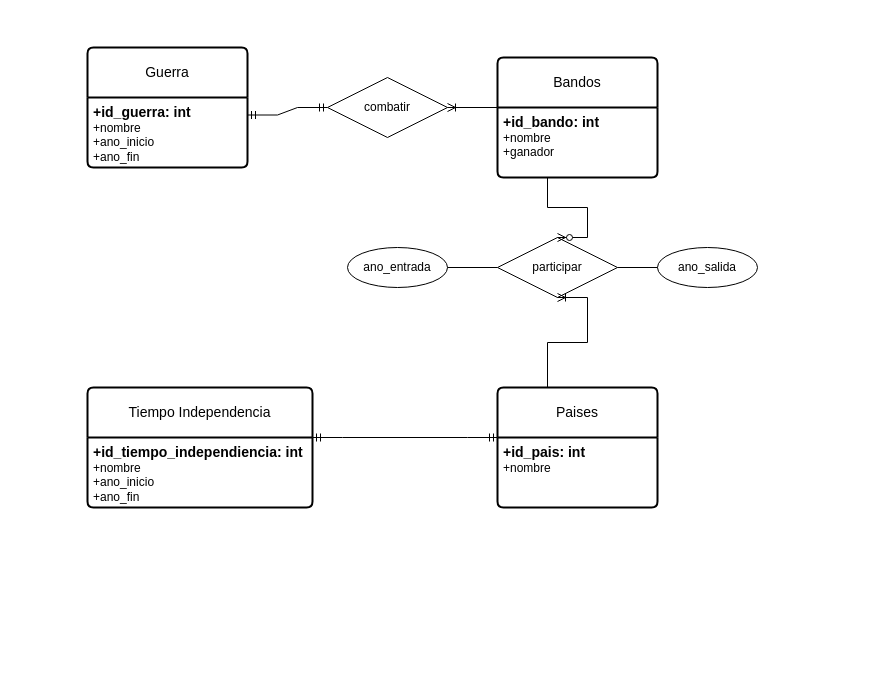
The draw.io diagram ejercicio4.drawio in AsierGArranz/aga-sru-sa-t-UD12DiagramaER-11102023, before the edit. Source tidied: cells renumbered, new cells numbered last; positions are measured from the earlier drawing's top-left corner, leaving out a move shared by most shapes. Both pictures are drawn from the tidied source at 100%, with x=0, y=0 at pixel (87, 47).
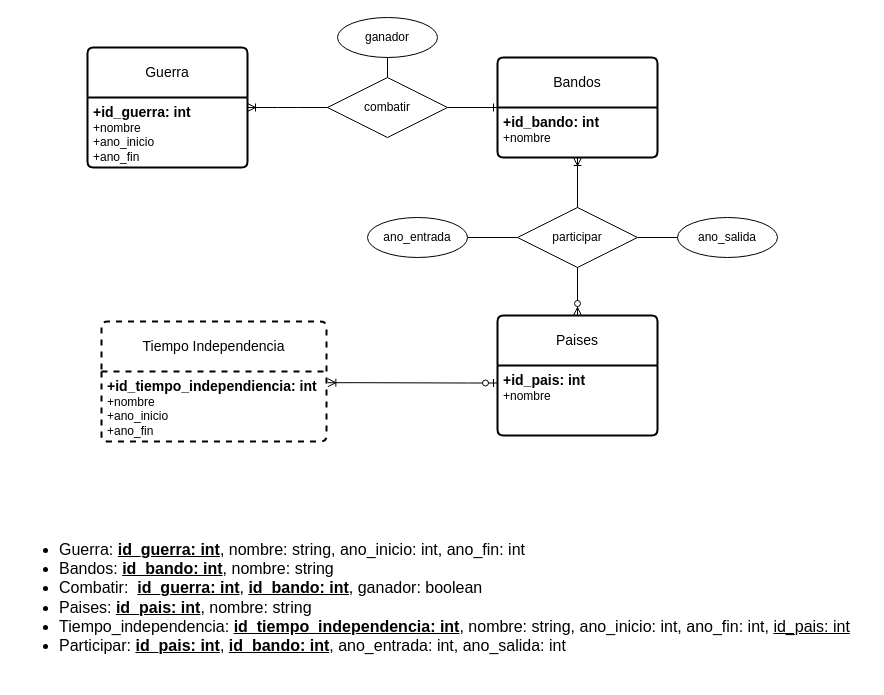
Above is the later version.

The change refers to these unchanged cells:
```xml
<mxCell id="3" value="&lt;font style=&quot;font-size: 14px;&quot;&gt;&lt;b&gt;+id_guerra: int&lt;/b&gt;&lt;/font&gt;&lt;br&gt;+nombre&lt;br&gt;+ano_inicio&lt;br&gt;+ano_fin" style="align=left;strokeColor=none;fillColor=none;spacingLeft=4;fontSize=12;verticalAlign=top;html=1;" parent="2" vertex="1">
  <mxGeometry y="50" width="160" height="70" as="geometry" />
</mxCell>
<mxCell id="7" value="&lt;font style=&quot;font-size: 14px;&quot;&gt;&lt;b&gt;+id_pais: int&lt;/b&gt;&lt;/font&gt;&lt;br&gt;+nombre" style="align=left;strokeColor=none;fillColor=none;spacingLeft=4;fontSize=12;verticalAlign=top;html=1;" parent="6" vertex="1">
  <mxGeometry y="50" width="160" height="70" as="geometry" />
</mxCell>
<mxCell id="9" value="&lt;font style=&quot;font-size: 14px;&quot;&gt;&lt;b&gt;+id_tiempo_independiencia: int&lt;/b&gt;&lt;/font&gt;&lt;br&gt;+nombre&lt;br&gt;+ano_inicio&lt;br&gt;+ano_fin" style="align=left;strokeColor=none;fillColor=none;spacingLeft=4;fontSize=12;verticalAlign=top;html=1;" parent="8" vertex="1">
  <mxGeometry y="50" width="225" height="70" as="geometry" />
</mxCell>
<mxCell id="11" value="combatir" style="shape=rhombus;perimeter=rhombusPerimeter;whiteSpace=wrap;html=1;align=center;direction=west;" parent="1" vertex="1">
  <mxGeometry x="240" y="30" width="120" height="60" as="geometry" />
</mxCell>
```

The edit, as a diff of the source:
```diff
@@
     <mxCell id="4" value="Bandos" style="swimlane;horizontal=1;startSize=50;rounded=1;fontSize=14;fontStyle=0;strokeWidth=2;shadow=0;dashed=0;align=center;arcSize=4;whiteSpace=wrap;html=1;" parent="1" vertex="1">
-      <mxGeometry x="410" y="10" width="160" height="120" as="geometry" />
+      <mxGeometry x="410" y="10" width="160" height="100" as="geometry" />
     </mxCell>
-    <mxCell id="5" value="&lt;font style=&quot;font-size: 14px;&quot;&gt;&lt;b&gt;+id_bando: int&lt;br&gt;&lt;/b&gt;&lt;/font&gt;+nombre&lt;br&gt;+ganador" style="align=left;strokeColor=none;fillColor=none;spacingLeft=4;fontSize=12;verticalAlign=top;html=1;" parent="4" vertex="1">
-      <mxGeometry y="50" width="160" height="70" as="geometry" />
+    <mxCell id="5" value="&lt;font style=&quot;font-size: 14px;&quot;&gt;&lt;b&gt;+id_bando: int&lt;br&gt;&lt;/b&gt;&lt;/font&gt;+nombre" style="align=left;strokeColor=none;fillColor=none;spacingLeft=4;fontSize=12;verticalAlign=top;html=1;" parent="4" vertex="1">
+      <mxGeometry y="50" width="160" height="50" as="geometry" />
     </mxCell>
     <mxCell id="6" value="Paises" style="swimlane;horizontal=1;startSize=50;rounded=1;fontSize=14;fontStyle=0;strokeWidth=2;shadow=0;dashed=0;align=center;arcSize=4;whiteSpace=wrap;html=1;" parent="1" vertex="1">
-      <mxGeometry x="410" y="340" width="160" height="120" as="geometry" />
+      <mxGeometry x="410" y="268" width="160" height="120" as="geometry" />
     </mxCell>
@@
-    <mxCell id="8" value="Tiempo Independencia" style="swimlane;horizontal=1;startSize=50;rounded=1;fontSize=14;fontStyle=0;strokeWidth=2;shadow=0;dashed=0;align=center;arcSize=4;whiteSpace=wrap;html=1;" parent="1" vertex="1">
-      <mxGeometry y="340" width="225" height="120" as="geometry" />
+    <mxCell id="8" value="Tiempo Independencia" style="swimlane;horizontal=1;startSize=50;rounded=1;fontSize=14;fontStyle=0;strokeWidth=2;shadow=0;dashed=1;align=center;arcSize=4;whiteSpace=wrap;html=1;" parent="1" vertex="1">
+      <mxGeometry x="14" y="274" width="225" height="120" as="geometry" />
     </mxCell>
@@
     <mxCell id="10" value="participar" style="shape=rhombus;perimeter=rhombusPerimeter;whiteSpace=wrap;html=1;align=center;" parent="1" vertex="1">
-      <mxGeometry x="410" y="190" width="120" height="60" as="geometry" />
+      <mxGeometry x="430" y="160" width="120" height="60" as="geometry" />
     </mxCell>
@@
-    <mxCell id="12" style="edgeStyle=entityRelationEdgeStyle;fontSize=12;html=1;endArrow=ERmandOne;startArrow=ERmandOne;rounded=0;entryX=1;entryY=0;entryDx=0;entryDy=0;exitX=0;exitY=0;exitDx=0;exitDy=0;" parent="1" edge="1" source="7" target="9">
-      <mxGeometry relative="1" as="geometry" />
-    </mxCell>
-    <mxCell id="13" style="edgeStyle=entityRelationEdgeStyle;fontSize=12;html=1;endArrow=ERoneToMany;rounded=0;exitX=0.5;exitY=0;exitDx=0;exitDy=0;entryX=0.5;entryY=1;entryDx=0;entryDy=0;" parent="1" edge="1" source="6" target="10">
+    <mxCell id="13" style="fontSize=12;html=1;endArrow=ERoneToMany;rounded=0;exitX=0.5;exitY=0;exitDx=0;exitDy=0;entryX=0.5;entryY=1;entryDx=0;entryDy=0;" parent="1" edge="1" source="10" target="5">
       <mxGeometry relative="1" as="geometry" />
     </mxCell>
-    <mxCell id="14" style="edgeStyle=entityRelationEdgeStyle;fontSize=12;html=1;endArrow=ERzeroToMany;endFill=1;rounded=0;exitX=0.5;exitY=1;exitDx=0;exitDy=0;entryX=0.5;entryY=0;entryDx=0;entryDy=0;" parent="1" edge="1" source="5" target="10">
+    <mxCell id="14" style="fontSize=12;html=1;endArrow=ERzeroToMany;endFill=1;rounded=0;exitX=0.5;exitY=1;exitDx=0;exitDy=0;entryX=0.5;entryY=0;entryDx=0;entryDy=0;" parent="1" edge="1" source="10" target="6">
       <mxGeometry relative="1" as="geometry" />
     </mxCell>
-    <mxCell id="15" style="edgeStyle=entityRelationEdgeStyle;fontSize=12;html=1;endArrow=ERoneToMany;rounded=0;exitX=0;exitY=0;exitDx=0;exitDy=0;entryX=0;entryY=0.5;entryDx=0;entryDy=0;" parent="1" edge="1" source="5" target="11">
+    <mxCell id="15" style="edgeStyle=entityRelationEdgeStyle;fontSize=12;html=1;endArrow=ERoneToMany;rounded=0;entryX=1;entryY=0.143;entryDx=0;entryDy=0;entryPerimeter=0;exitX=1;exitY=0.5;exitDx=0;exitDy=0;" parent="1" edge="1" source="11" target="3">
       <mxGeometry relative="1" as="geometry" />
     </mxCell>
-    <mxCell id="16" style="edgeStyle=entityRelationEdgeStyle;fontSize=12;html=1;endArrow=ERmandOne;startArrow=ERmandOne;rounded=0;entryX=1;entryY=0.25;entryDx=0;entryDy=0;exitX=1;exitY=0.5;exitDx=0;exitDy=0;" parent="1" edge="1" source="11" target="3">
-      <mxGeometry relative="1" as="geometry" />
-    </mxCell>
     <mxCell id="17" value="ano_entrada" style="ellipse;whiteSpace=wrap;html=1;align=center;" parent="1" vertex="1">
-      <mxGeometry x="260" y="200" width="100" height="40" as="geometry" />
+      <mxGeometry x="280" y="170" width="100" height="40" as="geometry" />
     </mxCell>
     <mxCell id="18" value="ano_salida" style="ellipse;whiteSpace=wrap;html=1;align=center;" parent="1" vertex="1">
-      <mxGeometry x="570" y="200" width="100" height="40" as="geometry" />
+      <mxGeometry x="590" y="170" width="100" height="40" as="geometry" />
     </mxCell>
@@
+    <mxCell id="21" style="edgeStyle=entityRelationEdgeStyle;fontSize=12;html=1;endArrow=ERone;endFill=1;rounded=0;entryX=0;entryY=0;entryDx=0;entryDy=0;exitX=0;exitY=0.5;exitDx=0;exitDy=0;" parent="1" edge="1" source="11" target="5">
+      <mxGeometry relative="1" as="geometry" />
+    </mxCell>
+    <mxCell id="12" style="edgeStyle=entityRelationEdgeStyle;fontSize=12;html=1;endArrow=ERoneToMany;startArrow=ERzeroToOne;rounded=0;entryX=1.006;entryY=0.16;entryDx=0;entryDy=0;entryPerimeter=0;exitX=0;exitY=0.25;exitDx=0;exitDy=0;" parent="1" edge="1" source="7" target="9">
+      <mxGeometry relative="1" as="geometry" />
+    </mxCell>
+    <mxCell id="22" value="&lt;ul style=&quot;font-size: 16px;&quot;&gt;&lt;li&gt;Guerra: &lt;u style=&quot;font-weight: bold;&quot;&gt;id_guerra: int&lt;/u&gt;, nombre: string, ano_inicio: int, ano_fin: int&lt;/li&gt;&lt;li&gt;Bandos: &lt;u style=&quot;font-weight: bold;&quot;&gt;id_bando: int&lt;/u&gt;, nombre: string&lt;/li&gt;&lt;li&gt;Combatir:&amp;nbsp;&amp;nbsp;&lt;u style=&quot;border-color: var(--border-color); font-weight: bold;&quot;&gt;id_guerra: int&lt;/u&gt;&lt;span style=&quot;border-color: var(--border-color);&quot;&gt;, &lt;/span&gt;&lt;u style=&quot;border-color: var(--border-color); font-weight: bold;&quot;&gt;id_bando: int&lt;/u&gt;&lt;span style=&quot;border-color: var(--border-color);&quot;&gt;,&lt;/span&gt;&lt;span style=&quot;border-color: var(--border-color);&quot;&gt; ganador: boolean&lt;/span&gt;&lt;/li&gt;&lt;li&gt;Paises:&amp;nbsp;&lt;u style=&quot;border-color: var(--border-color); font-weight: bold;&quot;&gt;id_pais: int&lt;/u&gt;, nombre: string&lt;/li&gt;&lt;li style=&quot;border-color: var(--border-color);&quot;&gt;Tiempo_independencia:&amp;nbsp;&lt;u style=&quot;border-color: var(--border-color); font-weight: bold;&quot;&gt;id_tiempo_independencia: int&lt;/u&gt;, nombre: string, ano_inicio: int, ano_fin: int,&amp;nbsp;&lt;span style=&quot;border-color: var(--border-color);&quot;&gt;&lt;u style=&quot;&quot;&gt;id_pais: int&lt;/u&gt;&lt;/span&gt;&lt;/li&gt;&lt;li&gt;Participar:&amp;nbsp;&lt;u style=&quot;border-color: var(--border-color); font-weight: bold;&quot;&gt;id_pais: int&lt;/u&gt;,&amp;nbsp;&lt;u style=&quot;border-color: var(--border-color); font-weight: bold;&quot;&gt;id_bando: int&lt;/u&gt;, ano_entrada: int, ano_salida: int&amp;nbsp;&lt;/li&gt;&lt;/ul&gt;" style="text;strokeColor=none;fillColor=none;html=1;whiteSpace=wrap;verticalAlign=middle;overflow=hidden;" parent="1" vertex="1">
+      <mxGeometry x="-70" y="470" width="850" height="160" as="geometry" />
+    </mxCell>
+    <mxCell id="23" value="ganador" style="ellipse;whiteSpace=wrap;html=1;align=center;" parent="1" vertex="1">
+      <mxGeometry x="250" y="-30" width="100" height="40" as="geometry" />
+    </mxCell>
+    <mxCell id="24" style="endArrow=none;html=1;rounded=0;exitX=0.5;exitY=1;exitDx=0;exitDy=0;entryX=0.5;entryY=1;entryDx=0;entryDy=0;" parent="1" edge="1" source="23" target="11">
+      <mxGeometry relative="1" as="geometry" />
+    </mxCell>
```
